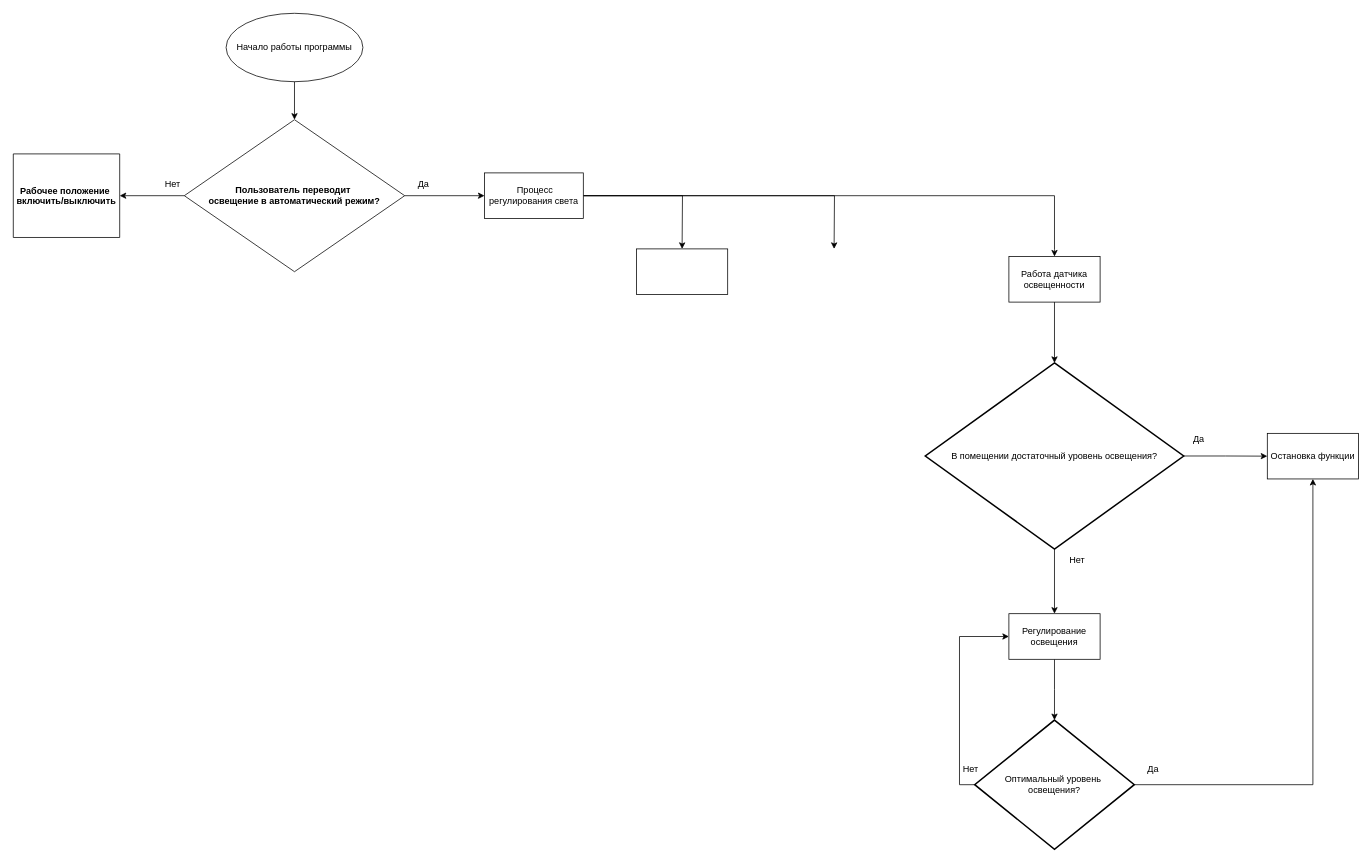
The draw.io diagram Освещение.drawio in CoachTrener/Light_block, before the edit. Source tidied: cells renumbered, new cells numbered last; positions are measured from the earlier drawing's top-left corner, leaving out a move shared by most shapes. Both pictures are drawn from the tidied source at 76%, with x=0, y=0 at pixel (13, 13).
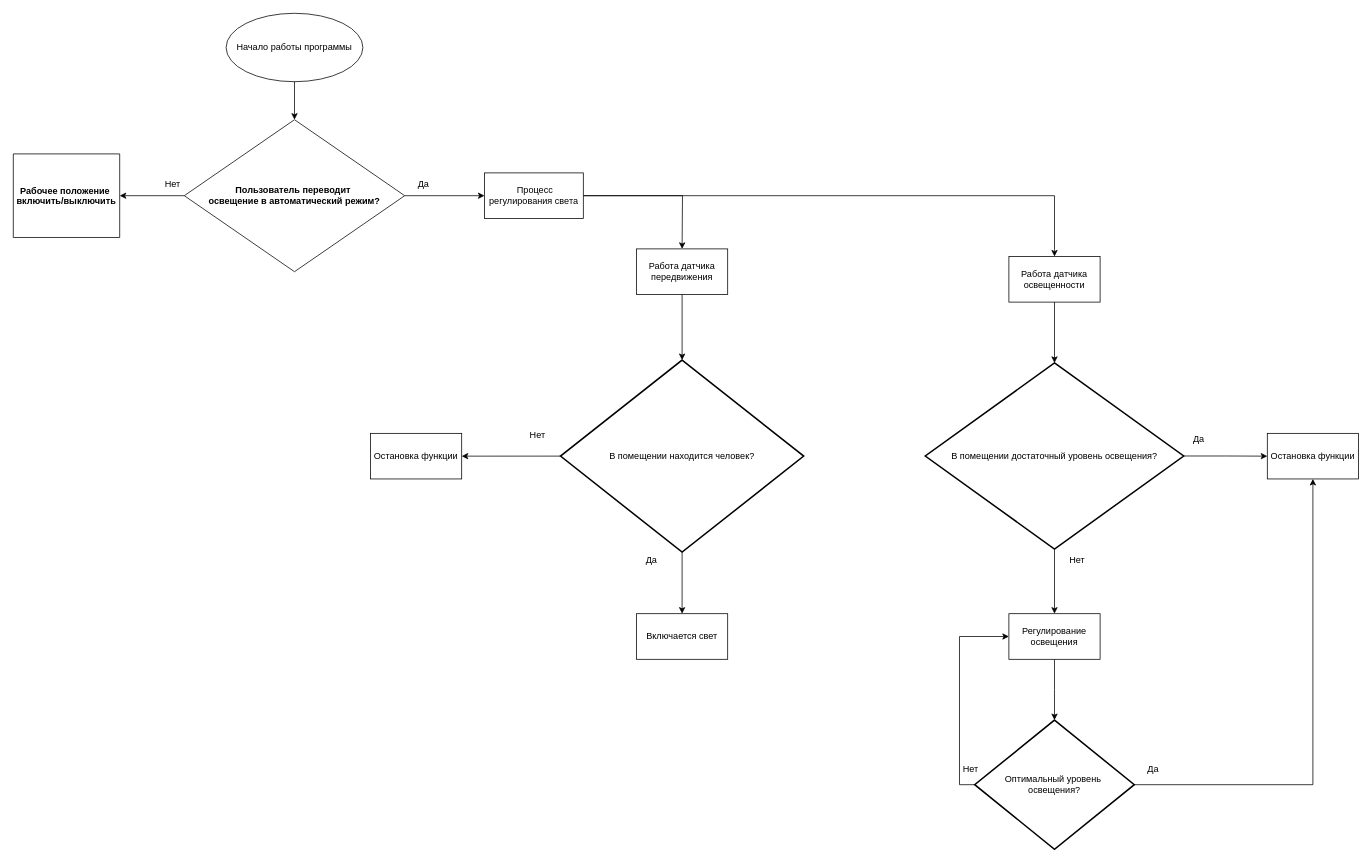
The same diagram, later.

The change refers to these unchanged cells:
```xml
<mxCell id="12" value="&amp;nbsp;Процесс регулирования света" style="rounded=0;whiteSpace=wrap;html=1;" parent="1" vertex="1">
  <mxGeometry x="620" y="210" width="130" height="60" as="geometry" />
</mxCell>
```

What changed in the source:
```diff
@@
-    <mxCell id="10" style="edgeStyle=orthogonalEdgeStyle;rounded=0;jettySize=auto;html=1;exitX=1;exitY=0.5;exitDx=0;exitDy=0;" parent="1" edge="1" source="12">
-      <mxGeometry relative="1" as="geometry">
-        <mxPoint x="1080" y="310" as="targetPoint" />
-      </mxGeometry>
-    </mxCell>
@@
-    <mxCell id="14" style="rounded=0;whiteSpace=wrap;html=1;" parent="1" vertex="1">
+    <mxCell id="14" value="Работа датчика передвижения" style="rounded=0;whiteSpace=wrap;html=1;" parent="1" vertex="1">
       <mxGeometry x="820" y="310" width="120" height="60" as="geometry" />
     </mxCell>
@@
+    <mxCell id="30" style="edgeStyle=orthogonalEdgeStyle;rounded=0;jettySize=auto;html=1;exitX=0.5;exitY=1;exitDx=0;exitDy=0;exitPerimeter=0;entryX=0.5;entryY=0;entryDx=0;entryDy=0;" parent="1" edge="1" source="32" target="35">
+      <mxGeometry relative="1" as="geometry" />
+    </mxCell>
+    <mxCell id="31" style="edgeStyle=orthogonalEdgeStyle;rounded=0;jettySize=auto;html=1;exitX=0;exitY=0.5;exitDx=0;exitDy=0;exitPerimeter=0;entryX=1;entryY=0.5;entryDx=0;entryDy=0;" parent="1" edge="1" source="32" target="36">
+      <mxGeometry relative="1" as="geometry" />
+    </mxCell>
+    <mxCell id="32" value="В помещении находится человек?" style="strokeWidth=2;html=1;shape=mxgraph.flowchart.decision;whiteSpace=wrap;" parent="1" vertex="1">
+      <mxGeometry x="720" y="456.3" width="320" height="252.7" as="geometry" />
+    </mxCell>
+    <mxCell id="33" style="edgeStyle=orthogonalEdgeStyle;rounded=0;jettySize=auto;html=1;exitX=0.5;exitY=1;exitDx=0;exitDy=0;entryX=0.5;entryY=0;entryDx=0;entryDy=0;entryPerimeter=0;" parent="1" edge="1" source="14" target="32">
+      <mxGeometry relative="1" as="geometry" />
+    </mxCell>
+    <mxCell id="34" value="Да" style="text;strokeColor=none;align=center;fillColor=none;html=1;verticalAlign=middle;whiteSpace=wrap;rounded=0;" parent="1" vertex="1">
+      <mxGeometry x="810" y="705" width="60" height="30" as="geometry" />
+    </mxCell>
+    <mxCell id="35" value="Включается свет" style="rounded=0;whiteSpace=wrap;html=1;" parent="1" vertex="1">
+      <mxGeometry x="820" y="790" width="120" height="60" as="geometry" />
+    </mxCell>
+    <mxCell id="36" value="Остановка функции" style="rounded=0;whiteSpace=wrap;html=1;" parent="1" vertex="1">
+      <mxGeometry x="470" y="552.7" width="120" height="60" as="geometry" />
+    </mxCell>
+    <mxCell id="37" value="Нет" style="text;strokeColor=none;align=center;fillColor=none;html=1;verticalAlign=middle;whiteSpace=wrap;rounded=0;" parent="1" vertex="1">
+      <mxGeometry x="660" y="540" width="60" height="30" as="geometry" />
+    </mxCell>
```
